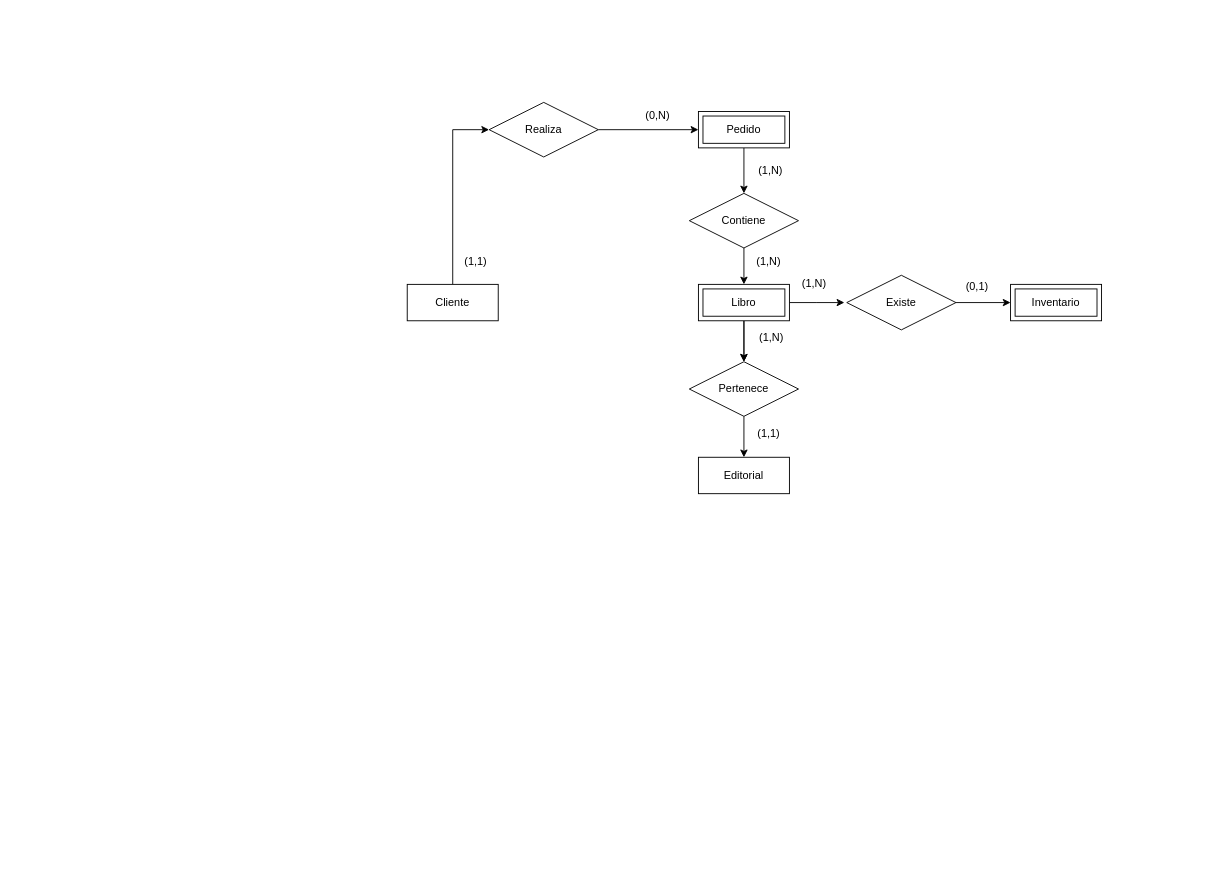
This is Diagrama sin título.drawio from gabymr10/Modelado-de-Base-de-Datos, a draw.io file, before an edit. Source tidied: cells renumbered, new cells numbered last; positions are measured from the earlier drawing's top-left corner, leaving out a move shared by most shapes. Both pictures are drawn from the tidied source at 91%, with x=0, y=0 at pixel (407, 102).
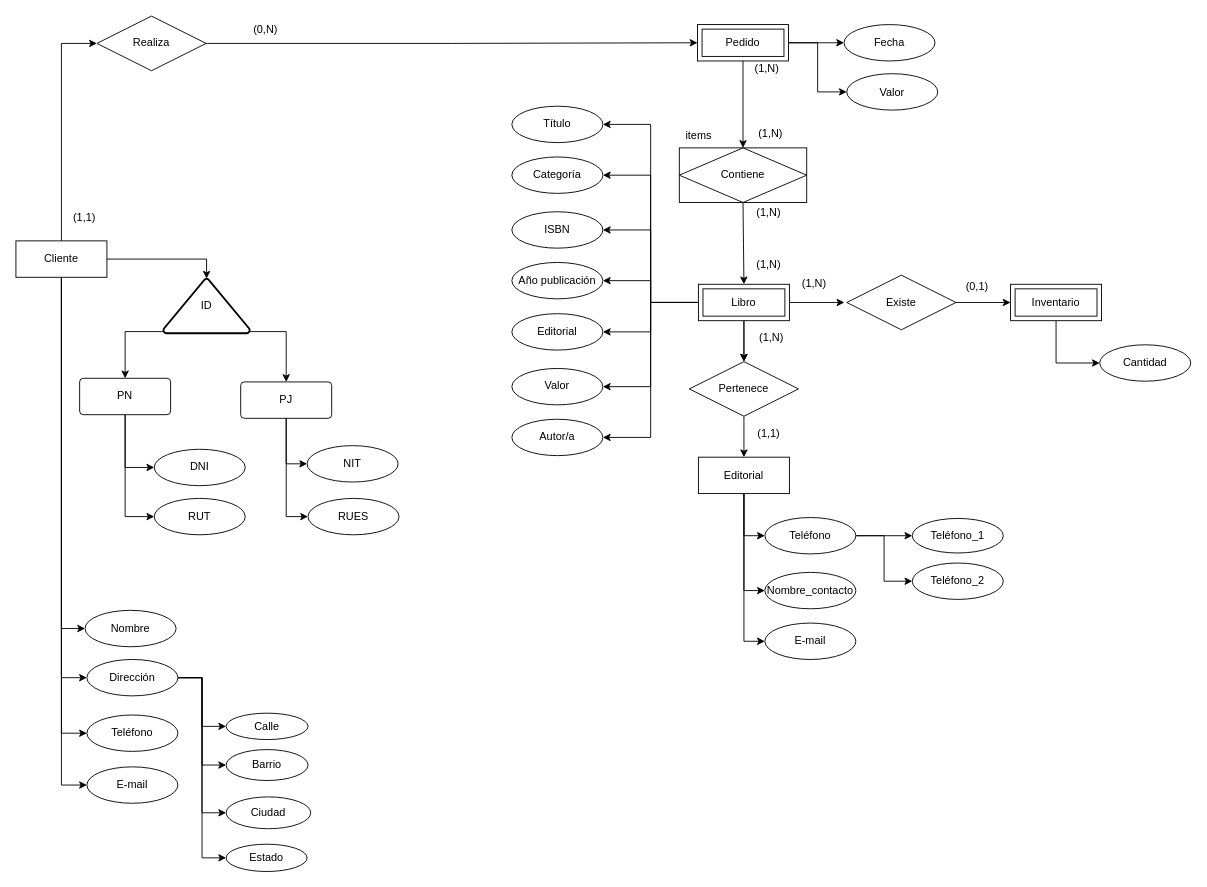
Above is the later version.

Change to the diagram source:
```diff
@@
+    <mxCell id="28" style="edgeStyle=orthogonalEdgeStyle;rounded=0;jettySize=auto;html=1;exitX=0.5;exitY=1;exitDx=0;exitDy=0;entryX=0;entryY=0.5;entryDx=0;entryDy=0;" parent="1" edge="1" source="3" target="48">
+      <mxGeometry relative="1" as="geometry" />
+    </mxCell>
+    <mxCell id="29" style="edgeStyle=orthogonalEdgeStyle;rounded=0;jettySize=auto;html=1;entryX=0;entryY=0.5;entryDx=0;entryDy=0;" parent="1" edge="1" source="3" target="53">
+      <mxGeometry relative="1" as="geometry" />
+    </mxCell>
+    <mxCell id="30" style="edgeStyle=orthogonalEdgeStyle;rounded=0;jettySize=auto;html=1;entryX=0;entryY=0.5;entryDx=0;entryDy=0;" parent="1" edge="1" source="3" target="55">
+      <mxGeometry relative="1" as="geometry" />
+    </mxCell>
+    <mxCell id="31" style="edgeStyle=orthogonalEdgeStyle;rounded=0;jettySize=auto;html=1;entryX=0;entryY=0.5;entryDx=0;entryDy=0;" parent="1" edge="1" source="3" target="54">
+      <mxGeometry relative="1" as="geometry" />
+    </mxCell>
     <mxCell id="3" value="Cliente" style="whiteSpace=wrap;html=1;align=center;" parent="1" vertex="1">
-      <mxGeometry y="200" width="100" height="40" as="geometry" />
+      <mxGeometry x="-430" y="152.2" width="100" height="40" as="geometry" />
     </mxCell>
@@
+    <mxCell id="32" style="edgeStyle=orthogonalEdgeStyle;rounded=0;jettySize=auto;html=1;entryX=0;entryY=0.5;entryDx=0;entryDy=0;" parent="1" edge="1" source="5" target="75">
+      <mxGeometry relative="1" as="geometry" />
+    </mxCell>
+    <mxCell id="33" style="edgeStyle=orthogonalEdgeStyle;rounded=0;jettySize=auto;html=1;entryX=0;entryY=0.5;entryDx=0;entryDy=0;" parent="1" edge="1" source="5" target="76">
+      <mxGeometry relative="1" as="geometry" />
+    </mxCell>
     <mxCell id="5" value="Pedido" style="shape=ext;margin=3;double=1;whiteSpace=wrap;html=1;align=center;" parent="1" vertex="1">
-      <mxGeometry x="320" y="10" width="100" height="40" as="geometry" />
+      <mxGeometry x="319" y="-85.5" width="100" height="40" as="geometry" />
     </mxCell>
@@
     <mxCell id="8" style="edgeStyle=orthogonalEdgeStyle;rounded=0;jettySize=auto;html=1;exitX=1;exitY=0.5;exitDx=0;exitDy=0;" parent="1" edge="1" source="9">
       <mxGeometry relative="1" as="geometry">
-        <mxPoint x="480.4" y="220" as="targetPoint" />
+        <mxPoint x="480.4" y="219.9" as="targetPoint" />
       </mxGeometry>
     </mxCell>
+    <mxCell id="34" style="edgeStyle=orthogonalEdgeStyle;rounded=0;jettySize=auto;html=1;exitX=0;exitY=0.5;exitDx=0;exitDy=0;entryX=1;entryY=0.5;entryDx=0;entryDy=0;" parent="1" edge="1" source="9" target="78">
+      <mxGeometry relative="1" as="geometry" />
+    </mxCell>
+    <mxCell id="35" style="edgeStyle=orthogonalEdgeStyle;rounded=0;jettySize=auto;html=1;entryX=1;entryY=0.5;entryDx=0;entryDy=0;" parent="1" edge="1" source="9" target="79">
+      <mxGeometry relative="1" as="geometry" />
+    </mxCell>
+    <mxCell id="36" style="edgeStyle=orthogonalEdgeStyle;rounded=0;jettySize=auto;html=1;entryX=1;entryY=0.5;entryDx=0;entryDy=0;" parent="1" edge="1" source="9" target="80">
+      <mxGeometry relative="1" as="geometry" />
+    </mxCell>
+    <mxCell id="37" style="edgeStyle=orthogonalEdgeStyle;rounded=0;jettySize=auto;html=1;entryX=1;entryY=0.5;entryDx=0;entryDy=0;" parent="1" edge="1" source="9" target="81">
+      <mxGeometry relative="1" as="geometry" />
+    </mxCell>
+    <mxCell id="38" style="edgeStyle=orthogonalEdgeStyle;rounded=0;jettySize=auto;html=1;exitX=0;exitY=0.5;exitDx=0;exitDy=0;entryX=1;entryY=0.5;entryDx=0;entryDy=0;" parent="1" edge="1" source="9" target="82">
+      <mxGeometry relative="1" as="geometry" />
+    </mxCell>
+    <mxCell id="39" style="edgeStyle=orthogonalEdgeStyle;rounded=0;jettySize=auto;html=1;exitX=0;exitY=0.5;exitDx=0;exitDy=0;entryX=1;entryY=0.5;entryDx=0;entryDy=0;" parent="1" edge="1" source="9" target="83">
+      <mxGeometry relative="1" as="geometry" />
+    </mxCell>
+    <mxCell id="40" style="edgeStyle=orthogonalEdgeStyle;rounded=0;jettySize=auto;html=1;exitX=0;exitY=0.5;exitDx=0;exitDy=0;entryX=1;entryY=0.5;entryDx=0;entryDy=0;" parent="1" edge="1" source="9" target="84">
+      <mxGeometry relative="1" as="geometry" />
+    </mxCell>
     <mxCell id="9" value="Libro" style="shape=ext;margin=3;double=1;whiteSpace=wrap;html=1;align=center;" parent="1" vertex="1">
-      <mxGeometry x="320" y="200" width="100" height="40" as="geometry" />
+      <mxGeometry x="320" y="199.9" width="100" height="40" as="geometry" />
     </mxCell>
+    <mxCell id="41" style="edgeStyle=orthogonalEdgeStyle;rounded=0;jettySize=auto;html=1;exitX=0.5;exitY=1;exitDx=0;exitDy=0;entryX=0;entryY=0.5;entryDx=0;entryDy=0;" parent="1" edge="1" source="10" target="87">
+      <mxGeometry relative="1" as="geometry" />
+    </mxCell>
+    <mxCell id="42" style="edgeStyle=orthogonalEdgeStyle;rounded=0;jettySize=auto;html=1;exitX=0.5;exitY=1;exitDx=0;exitDy=0;entryX=0;entryY=0.5;entryDx=0;entryDy=0;" parent="1" edge="1" source="10" target="88">
+      <mxGeometry relative="1" as="geometry" />
+    </mxCell>
+    <mxCell id="43" style="edgeStyle=orthogonalEdgeStyle;rounded=0;jettySize=auto;html=1;exitX=0.5;exitY=1;exitDx=0;exitDy=0;entryX=0;entryY=0.5;entryDx=0;entryDy=0;" parent="1" edge="1" source="10" target="89">
+      <mxGeometry relative="1" as="geometry" />
+    </mxCell>
     <mxCell id="10" value="Editorial" style="whiteSpace=wrap;html=1;align=center;" parent="1" vertex="1">
-      <mxGeometry x="320" y="390" width="100" height="40" as="geometry" />
+      <mxGeometry x="320" y="389.9" width="100" height="40" as="geometry" />
     </mxCell>
+    <mxCell id="44" style="edgeStyle=orthogonalEdgeStyle;rounded=0;jettySize=auto;html=1;exitX=0.5;exitY=1;exitDx=0;exitDy=0;entryX=0;entryY=0.5;entryDx=0;entryDy=0;" parent="1" edge="1" source="11" target="77">
+      <mxGeometry relative="1" as="geometry" />
+    </mxCell>
     <mxCell id="11" value="Inventario" style="shape=ext;margin=3;double=1;whiteSpace=wrap;html=1;align=center;" parent="1" vertex="1">
-      <mxGeometry x="663" y="200" width="100" height="40" as="geometry" />
+      <mxGeometry x="663" y="199.9" width="100" height="40" as="geometry" />
     </mxCell>
@@
     <mxCell id="13" value="Realiza" style="shape=rhombus;perimeter=rhombusPerimeter;whiteSpace=wrap;html=1;align=center;" parent="1" vertex="1">
-      <mxGeometry x="90" width="120" height="60" as="geometry" />
+      <mxGeometry x="-341" y="-94.8" width="120" height="60" as="geometry" />
     </mxCell>
     <mxCell id="14" value="(1,1)" style="text;html=1;align=center;verticalAlign=middle;strokeColor=none;fillColor=none;" parent="1" vertex="1">
-      <mxGeometry x="50" y="160" width="50" height="30" as="geometry" />
+      <mxGeometry x="-380" y="112.2" width="50" height="30" as="geometry" />
     </mxCell>
     <mxCell id="15" value="(0,N)" style="text;html=1;align=center;verticalAlign=middle;strokeColor=none;fillColor=none;" parent="1" vertex="1">
-      <mxGeometry x="250" width="50" height="30" as="geometry" />
+      <mxGeometry x="-181" y="-94.8" width="50" height="30" as="geometry" />
     </mxCell>
-    <mxCell id="16" style="edgeStyle=orthogonalEdgeStyle;rounded=0;jettySize=auto;html=1;exitX=0.5;exitY=1;exitDx=0;exitDy=0;entryX=0.5;entryY=0;entryDx=0;entryDy=0;" parent="1" edge="1" source="17" target="9">
-      <mxGeometry relative="1" as="geometry" />
+    <mxCell id="16" style="edgeStyle=orthogonalEdgeStyle;rounded=0;jettySize=auto;html=1;exitX=0.5;exitY=1;exitDx=0;exitDy=0;entryX=0.5;entryY=0;entryDx=0;entryDy=0;" parent="1" edge="1" target="9">
+      <mxGeometry relative="1" as="geometry">
+        <mxPoint x="369" y="110" as="sourcePoint" />
+      </mxGeometry>
     </mxCell>
-    <mxCell id="17" value="Contiene" style="shape=rhombus;perimeter=rhombusPerimeter;whiteSpace=wrap;html=1;align=center;" parent="1" vertex="1">
-      <mxGeometry x="310" y="100" width="120" height="60" as="geometry" />
-    </mxCell>
     <mxCell id="18" value="(1,N)" style="text;html=1;align=center;verticalAlign=middle;strokeColor=none;fillColor=none;" parent="1" vertex="1">
-      <mxGeometry x="374" y="60" width="50" height="30" as="geometry" />
+      <mxGeometry x="370" y="-52" width="50" height="30" as="geometry" />
     </mxCell>
     <mxCell id="19" value="(1,N)" style="text;html=1;align=center;verticalAlign=middle;strokeColor=none;fillColor=none;" parent="1" vertex="1">
-      <mxGeometry x="372" y="160" width="50" height="30" as="geometry" />
+      <mxGeometry x="372" y="162.9" width="50" height="30" as="geometry" />
     </mxCell>
@@
     <mxCell id="21" value="Pertenece" style="shape=rhombus;perimeter=rhombusPerimeter;whiteSpace=wrap;html=1;align=center;" parent="1" vertex="1">
-      <mxGeometry x="310" y="285" width="120" height="60" as="geometry" />
+      <mxGeometry x="310" y="284.9" width="120" height="60" as="geometry" />
     </mxCell>
     <mxCell id="22" value="(1,N)" style="text;html=1;align=center;verticalAlign=middle;strokeColor=none;fillColor=none;" parent="1" vertex="1">
-      <mxGeometry x="377" y="246" width="45" height="26" as="geometry" />
+      <mxGeometry x="377" y="245.9" width="45" height="26" as="geometry" />
     </mxCell>
     <mxCell id="23" value="(1,1)" style="text;html=1;align=center;verticalAlign=middle;strokeColor=none;fillColor=none;" parent="1" vertex="1">
-      <mxGeometry x="372" y="349" width="50" height="30" as="geometry" />
+      <mxGeometry x="372" y="348.9" width="50" height="30" as="geometry" />
     </mxCell>
@@
     <mxCell id="25" value="Existe" style="shape=rhombus;perimeter=rhombusPerimeter;whiteSpace=wrap;html=1;align=center;" parent="1" vertex="1">
-      <mxGeometry x="483" y="190" width="120" height="60" as="geometry" />
+      <mxGeometry x="483" y="189.9" width="120" height="60" as="geometry" />
     </mxCell>
     <mxCell id="26" value="(1,N)" style="text;html=1;align=center;verticalAlign=middle;strokeColor=none;fillColor=none;" parent="1" vertex="1">
-      <mxGeometry x="424" y="186" width="45" height="26" as="geometry" />
+      <mxGeometry x="424" y="185.9" width="45" height="26" as="geometry" />
     </mxCell>
     <mxCell id="27" value="(0,1)" style="text;html=1;align=center;verticalAlign=middle;strokeColor=none;fillColor=none;" parent="1" vertex="1">
-      <mxGeometry x="604" y="190" width="43" height="26" as="geometry" />
+      <mxGeometry x="604" y="189.9" width="43" height="26" as="geometry" />
     </mxCell>
+    <mxCell id="17" value="Contiene" style="shape=associativeEntity;whiteSpace=wrap;html=1;align=center;" parent="1" vertex="1">
+      <mxGeometry x="299" y="50" width="140" height="60" as="geometry" />
+    </mxCell>
+    <mxCell id="45" value="items" style="text;html=1;align=center;verticalAlign=middle;strokeColor=none;fillColor=none;" parent="1" vertex="1">
+      <mxGeometry x="296" y="24" width="47" height="26" as="geometry" />
+    </mxCell>
+    <mxCell id="46" value="(1,N)" style="text;html=1;align=center;verticalAlign=middle;strokeColor=none;fillColor=none;" parent="1" vertex="1">
+      <mxGeometry x="374" y="20" width="50" height="30" as="geometry" />
+    </mxCell>
+    <mxCell id="47" value="(1,N)" style="text;html=1;align=center;verticalAlign=middle;strokeColor=none;fillColor=none;" parent="1" vertex="1">
+      <mxGeometry x="372" y="106" width="50" height="30" as="geometry" />
+    </mxCell>
+    <mxCell id="48" value="Nombre" style="ellipse;whiteSpace=wrap;html=1;align=center;" parent="1" vertex="1">
+      <mxGeometry x="-354" y="558.2" width="100" height="40" as="geometry" />
+    </mxCell>
+    <mxCell id="49" style="edgeStyle=orthogonalEdgeStyle;rounded=0;jettySize=auto;html=1;exitX=1;exitY=0.5;exitDx=0;exitDy=0;entryX=0;entryY=0.5;entryDx=0;entryDy=0;" parent="1" edge="1" source="53" target="56">
+      <mxGeometry relative="1" as="geometry" />
+    </mxCell>
+    <mxCell id="50" style="edgeStyle=orthogonalEdgeStyle;rounded=0;jettySize=auto;html=1;exitX=1;exitY=0.5;exitDx=0;exitDy=0;entryX=0;entryY=0.5;entryDx=0;entryDy=0;" parent="1" edge="1" source="53" target="57">
+      <mxGeometry relative="1" as="geometry" />
+    </mxCell>
+    <mxCell id="51" style="edgeStyle=orthogonalEdgeStyle;rounded=0;jettySize=auto;html=1;entryX=0;entryY=0.5;entryDx=0;entryDy=0;" parent="1" edge="1" source="53" target="58">
+      <mxGeometry relative="1" as="geometry" />
+    </mxCell>
+    <mxCell id="52" style="edgeStyle=orthogonalEdgeStyle;rounded=0;jettySize=auto;html=1;entryX=0;entryY=0.5;entryDx=0;entryDy=0;" parent="1" edge="1" source="53" target="59">
+      <mxGeometry relative="1" as="geometry" />
+    </mxCell>
+    <mxCell id="53" value="Dirección" style="ellipse;whiteSpace=wrap;html=1;align=center;" parent="1" vertex="1">
+      <mxGeometry x="-352" y="612.2" width="100" height="40" as="geometry" />
+    </mxCell>
+    <mxCell id="54" value="Teléfono" style="ellipse;whiteSpace=wrap;html=1;align=center;" parent="1" vertex="1">
+      <mxGeometry x="-352" y="673.2" width="100" height="40" as="geometry" />
+    </mxCell>
+    <mxCell id="55" value="E-mail" style="ellipse;whiteSpace=wrap;html=1;align=center;" parent="1" vertex="1">
+      <mxGeometry x="-352" y="730.2" width="100" height="40" as="geometry" />
+    </mxCell>
+    <mxCell id="56" value="Calle" style="ellipse;whiteSpace=wrap;html=1;align=center;" parent="1" vertex="1">
+      <mxGeometry x="-199" y="671.2" width="90" height="29" as="geometry" />
+    </mxCell>
+    <mxCell id="57" value="Barrio" style="ellipse;whiteSpace=wrap;html=1;align=center;" parent="1" vertex="1">
+      <mxGeometry x="-199" y="711.2" width="90" height="34" as="geometry" />
+    </mxCell>
+    <mxCell id="58" value="Ciudad" style="ellipse;whiteSpace=wrap;html=1;align=center;" parent="1" vertex="1">
+      <mxGeometry x="-199" y="763.2" width="93" height="35" as="geometry" />
+    </mxCell>
+    <mxCell id="59" value="Estado" style="ellipse;whiteSpace=wrap;html=1;align=center;" parent="1" vertex="1">
+      <mxGeometry x="-199" y="815.2" width="89" height="30" as="geometry" />
+    </mxCell>
+    <mxCell id="60" style="edgeStyle=orthogonalEdgeStyle;rounded=0;jettySize=auto;html=1;exitX=0.01;exitY=0.97;exitDx=0;exitDy=0;exitPerimeter=0;entryX=0.5;entryY=0;entryDx=0;entryDy=0;" parent="1" edge="1" source="62" target="66">
+      <mxGeometry relative="1" as="geometry" />
+    </mxCell>
+    <mxCell id="61" style="edgeStyle=orthogonalEdgeStyle;rounded=0;jettySize=auto;html=1;exitX=0.99;exitY=0.97;exitDx=0;exitDy=0;exitPerimeter=0;entryX=0.5;entryY=0;entryDx=0;entryDy=0;" parent="1" edge="1" source="62" target="69">
+      <mxGeometry relative="1" as="geometry" />
+    </mxCell>
+    <mxCell id="62" value="ID" style="strokeWidth=2;html=1;shape=mxgraph.flowchart.extract_or_measurement;whiteSpace=wrap;" parent="1" vertex="1">
+      <mxGeometry x="-268" y="193.7" width="95" height="60" as="geometry" />
+    </mxCell>
+    <mxCell id="63" style="edgeStyle=orthogonalEdgeStyle;rounded=0;jettySize=auto;html=1;exitX=1;exitY=0.5;exitDx=0;exitDy=0;entryX=0.5;entryY=0;entryDx=0;entryDy=0;entryPerimeter=0;" parent="1" edge="1" source="3" target="62">
+      <mxGeometry relative="1" as="geometry" />
+    </mxCell>
+    <mxCell id="64" style="edgeStyle=orthogonalEdgeStyle;rounded=0;jettySize=auto;html=1;exitX=0.5;exitY=1;exitDx=0;exitDy=0;entryX=0;entryY=0.5;entryDx=0;entryDy=0;" parent="1" edge="1" source="66" target="70">
+      <mxGeometry relative="1" as="geometry" />
+    </mxCell>
+    <mxCell id="65" style="edgeStyle=orthogonalEdgeStyle;rounded=0;jettySize=auto;html=1;entryX=0;entryY=0.5;entryDx=0;entryDy=0;" parent="1" edge="1" source="66" target="71">
+      <mxGeometry relative="1" as="geometry" />
+    </mxCell>
+    <mxCell id="66" value="PN" style="rounded=1;arcSize=10;whiteSpace=wrap;html=1;align=center;" parent="1" vertex="1">
+      <mxGeometry x="-360" y="303.2" width="100" height="40" as="geometry" />
+    </mxCell>
+    <mxCell id="67" style="edgeStyle=orthogonalEdgeStyle;rounded=0;jettySize=auto;html=1;entryX=0;entryY=0.5;entryDx=0;entryDy=0;" parent="1" edge="1" source="69" target="72">
+      <mxGeometry relative="1" as="geometry" />
+    </mxCell>
+    <mxCell id="68" style="edgeStyle=orthogonalEdgeStyle;rounded=0;jettySize=auto;html=1;entryX=0;entryY=0.5;entryDx=0;entryDy=0;" parent="1" edge="1" source="69" target="73">
+      <mxGeometry relative="1" as="geometry" />
+    </mxCell>
+    <mxCell id="69" value="PJ" style="rounded=1;arcSize=10;whiteSpace=wrap;html=1;align=center;" parent="1" vertex="1">
+      <mxGeometry x="-183" y="307.2" width="100" height="40" as="geometry" />
+    </mxCell>
+    <mxCell id="70" value="DNI" style="ellipse;whiteSpace=wrap;html=1;align=center;" parent="1" vertex="1">
+      <mxGeometry x="-278" y="381.2" width="100" height="40" as="geometry" />
+    </mxCell>
+    <mxCell id="71" value="RUT" style="ellipse;whiteSpace=wrap;html=1;align=center;" parent="1" vertex="1">
+      <mxGeometry x="-278" y="435.2" width="100" height="40" as="geometry" />
+    </mxCell>
+    <mxCell id="72" value="NIT" style="ellipse;whiteSpace=wrap;html=1;align=center;" parent="1" vertex="1">
+      <mxGeometry x="-110" y="377.2" width="100" height="40" as="geometry" />
+    </mxCell>
+    <mxCell id="73" value="RUES" style="ellipse;whiteSpace=wrap;html=1;align=center;" parent="1" vertex="1">
+      <mxGeometry x="-109" y="435.2" width="100" height="40" as="geometry" />
+    </mxCell>
+    <mxCell id="74" style="edgeStyle=orthogonalEdgeStyle;rounded=0;orthogonalLoop=1;jettySize=auto;html=1;exitX=0.5;exitY=1;exitDx=0;exitDy=0;" parent="1" edge="1" source="70" target="70">
+      <mxGeometry relative="1" as="geometry" />
+    </mxCell>
+    <mxCell id="75" value="Fecha" style="ellipse;whiteSpace=wrap;html=1;align=center;" parent="1" vertex="1">
+      <mxGeometry x="480" y="-85.5" width="100" height="40" as="geometry" />
+    </mxCell>
+    <mxCell id="76" value="Valor" style="ellipse;whiteSpace=wrap;html=1;align=center;" parent="1" vertex="1">
+      <mxGeometry x="483" y="-31.5" width="100" height="40" as="geometry" />
+    </mxCell>
+    <mxCell id="77" value="Cantidad" style="ellipse;whiteSpace=wrap;html=1;align=center;" parent="1" vertex="1">
+      <mxGeometry x="761" y="266.4" width="100" height="40" as="geometry" />
+    </mxCell>
+    <mxCell id="78" value="Título" style="ellipse;whiteSpace=wrap;html=1;align=center;" parent="1" vertex="1">
+      <mxGeometry x="115" y="4.2" width="100" height="40" as="geometry" />
+    </mxCell>
+    <mxCell id="79" value="Categoría" style="ellipse;whiteSpace=wrap;html=1;align=center;" parent="1" vertex="1">
+      <mxGeometry x="115" y="60" width="100" height="40" as="geometry" />
+    </mxCell>
+    <mxCell id="80" value="ISBN" style="ellipse;whiteSpace=wrap;html=1;align=center;" parent="1" vertex="1">
+      <mxGeometry x="115" y="120.2" width="100" height="40" as="geometry" />
+    </mxCell>
+    <mxCell id="81" value="Año publicación" style="ellipse;whiteSpace=wrap;html=1;align=center;" parent="1" vertex="1">
+      <mxGeometry x="115" y="175.9" width="100" height="40" as="geometry" />
+    </mxCell>
+    <mxCell id="82" value="Editorial" style="ellipse;whiteSpace=wrap;html=1;align=center;" parent="1" vertex="1">
+      <mxGeometry x="115" y="232.2" width="100" height="40" as="geometry" />
+    </mxCell>
+    <mxCell id="83" value="Valor" style="ellipse;whiteSpace=wrap;html=1;align=center;" parent="1" vertex="1">
+      <mxGeometry x="115" y="292.4" width="100" height="40" as="geometry" />
+    </mxCell>
+    <mxCell id="84" value="Autor/a" style="ellipse;whiteSpace=wrap;html=1;align=center;" parent="1" vertex="1">
+      <mxGeometry x="115" y="348.2" width="100" height="40" as="geometry" />
+    </mxCell>
+    <mxCell id="85" style="edgeStyle=orthogonalEdgeStyle;rounded=0;jettySize=auto;html=1;exitX=1;exitY=0.5;exitDx=0;exitDy=0;" parent="1" edge="1" source="87" target="90">
+      <mxGeometry relative="1" as="geometry" />
+    </mxCell>
+    <mxCell id="86" style="edgeStyle=orthogonalEdgeStyle;rounded=0;jettySize=auto;html=1;exitX=1;exitY=0.5;exitDx=0;exitDy=0;entryX=0;entryY=0.5;entryDx=0;entryDy=0;" parent="1" edge="1" source="87" target="91">
+      <mxGeometry relative="1" as="geometry" />
+    </mxCell>
+    <mxCell id="87" value="Teléfono" style="ellipse;whiteSpace=wrap;html=1;align=center;" parent="1" vertex="1">
+      <mxGeometry x="393" y="456.2" width="100" height="40" as="geometry" />
+    </mxCell>
+    <mxCell id="88" value="Nombre_contacto" style="ellipse;whiteSpace=wrap;html=1;align=center;" parent="1" vertex="1">
+      <mxGeometry x="393" y="516.5" width="100" height="40" as="geometry" />
+    </mxCell>
+    <mxCell id="89" value="E-mail" style="ellipse;whiteSpace=wrap;html=1;align=center;" parent="1" vertex="1">
+      <mxGeometry x="393" y="572.2" width="100" height="40" as="geometry" />
+    </mxCell>
+    <mxCell id="90" value="Teléfono_1" style="ellipse;whiteSpace=wrap;html=1;align=center;" parent="1" vertex="1">
+      <mxGeometry x="555" y="457.2" width="100" height="38" as="geometry" />
+    </mxCell>
+    <mxCell id="91" value="Teléfono_2" style="ellipse;whiteSpace=wrap;html=1;align=center;" parent="1" vertex="1">
+      <mxGeometry x="555" y="506.2" width="100" height="40" as="geometry" />
+    </mxCell>
```
